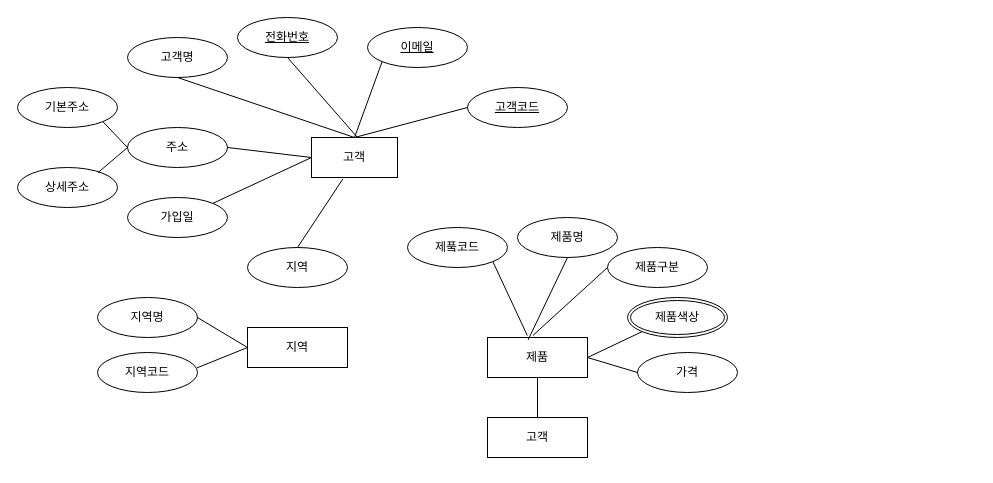
Earlier version of the draw.io diagram 제목 없는 다이어그램.drawio (joohyunProjectStorage/erd_sample). Source tidied: cells renumbered, new cells numbered last; positions are measured from the earlier drawing's top-left corner, leaving out a move shared by most shapes. Both pictures are drawn from the tidied source at 100%, with x=0, y=0 at pixel (17, 17).
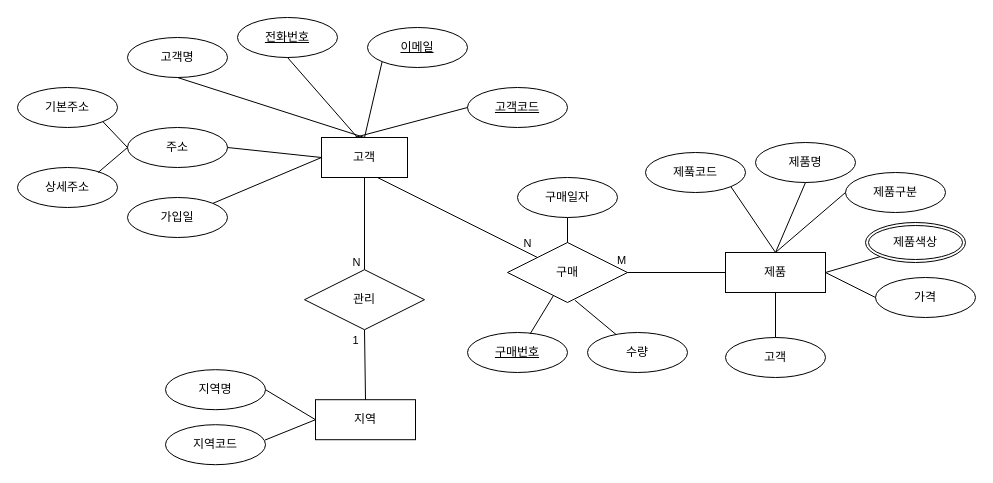
The same diagram, later.

Commit message (it also covers changes not shown here):
제목 없는 다이어그램.drawio 업데이트

What changed in the source:
```diff
@@
     <mxCell id="2" value="고객" style="whiteSpace=wrap;html=1;align=center;" parent="1" vertex="1">
-      <mxGeometry x="294" y="120" width="86" height="40" as="geometry" />
+      <mxGeometry x="304" y="120" width="86" height="40" as="geometry" />
     </mxCell>
@@
-    <mxCell id="19" value="지역" style="ellipse;whiteSpace=wrap;html=1;align=center;" parent="1" vertex="1">
-      <mxGeometry x="230" y="230" width="100" height="40" as="geometry" />
-    </mxCell>
-    <mxCell id="20" style="endArrow=none;html=1;rounded=0;exitX=0.5;exitY=0;exitDx=0;exitDy=0;entryX=0.365;entryY=1.035;entryDx=0;entryDy=0;entryPerimeter=0;" parent="1" edge="1" source="19" target="2">
-      <mxGeometry relative="1" as="geometry" />
-    </mxCell>
     <mxCell id="21" value="지역" style="whiteSpace=wrap;html=1;align=center;" parent="1" vertex="1">
-      <mxGeometry x="230" y="310" width="100" height="40" as="geometry" />
+      <mxGeometry x="298" y="382.2" width="100" height="40" as="geometry" />
     </mxCell>
     <mxCell id="22" value="지역명" style="ellipse;whiteSpace=wrap;html=1;align=center;" parent="1" vertex="1">
-      <mxGeometry x="80" y="280" width="100" height="40" as="geometry" />
+      <mxGeometry x="148" y="352.2" width="100" height="40" as="geometry" />
     </mxCell>
@@
     <mxCell id="24" value="지역코드" style="ellipse;whiteSpace=wrap;html=1;align=center;" parent="1" vertex="1">
-      <mxGeometry x="80" y="335" width="100" height="40" as="geometry" />
+      <mxGeometry x="148" y="407.2" width="100" height="40" as="geometry" />
     </mxCell>
@@
     <mxCell id="26" value="제품" style="whiteSpace=wrap;html=1;align=center;" parent="1" vertex="1">
-      <mxGeometry x="470" y="320" width="100" height="40" as="geometry" />
+      <mxGeometry x="708" y="235" width="100" height="40" as="geometry" />
     </mxCell>
     <mxCell id="27" value="제풐코드" style="ellipse;whiteSpace=wrap;html=1;align=center;" parent="1" vertex="1">
-      <mxGeometry x="390" y="210" width="100" height="40" as="geometry" />
+      <mxGeometry x="628" y="135" width="100" height="40" as="geometry" />
     </mxCell>
-    <mxCell id="28" style="endArrow=none;html=1;rounded=0;exitX=1;exitY=1;exitDx=0;exitDy=0;entryX=0.398;entryY=-0.05;entryDx=0;entryDy=0;entryPerimeter=0;" parent="1" edge="1" source="27" target="26">
-      <mxGeometry relative="1" as="geometry" />
+    <mxCell id="28" style="endArrow=none;html=1;rounded=0;exitX=1;exitY=1;exitDx=0;exitDy=0;" parent="1" edge="1" source="27">
+      <mxGeometry relative="1" as="geometry">
+        <mxPoint x="758" y="235" as="targetPoint" />
+      </mxGeometry>
     </mxCell>
     <mxCell id="29" value="제품명" style="ellipse;whiteSpace=wrap;html=1;align=center;" parent="1" vertex="1">
-      <mxGeometry x="500" y="200" width="100" height="40" as="geometry" />
+      <mxGeometry x="738" y="125" width="100" height="40" as="geometry" />
     </mxCell>
-    <mxCell id="30" style="endArrow=none;html=1;rounded=0;exitX=0.5;exitY=1;exitDx=0;exitDy=0;entryX=0.406;entryY=0.06;entryDx=0;entryDy=0;entryPerimeter=0;" parent="1" edge="1" source="29" target="26">
+    <mxCell id="30" style="endArrow=none;html=1;rounded=0;exitX=0.5;exitY=1;exitDx=0;exitDy=0;entryX=0.5;entryY=0;entryDx=0;entryDy=0;" parent="1" edge="1" source="29" target="26">
       <mxGeometry relative="1" as="geometry" />
     </mxCell>
     <mxCell id="31" value="제품구분" style="ellipse;whiteSpace=wrap;html=1;align=center;" parent="1" vertex="1">
-      <mxGeometry x="590" y="230" width="100" height="40" as="geometry" />
+      <mxGeometry x="828" y="155" width="100" height="40" as="geometry" />
     </mxCell>
     <mxCell id="32" value="제품색상" style="ellipse;shape=doubleEllipse;margin=3;whiteSpace=wrap;html=1;align=center;" parent="1" vertex="1">
-      <mxGeometry x="610" y="280" width="100" height="40" as="geometry" />
+      <mxGeometry x="848" y="205" width="100" height="40" as="geometry" />
     </mxCell>
     <mxCell id="33" value="가격" style="ellipse;whiteSpace=wrap;html=1;align=center;" parent="1" vertex="1">
-      <mxGeometry x="620" y="335" width="100" height="40" as="geometry" />
+      <mxGeometry x="858" y="260" width="100" height="40" as="geometry" />
     </mxCell>
-    <mxCell id="34" style="endArrow=none;html=1;rounded=0;exitX=0;exitY=0.5;exitDx=0;exitDy=0;entryX=0.454;entryY=-0.05;entryDx=0;entryDy=0;entryPerimeter=0;" parent="1" edge="1" source="31" target="26">
-      <mxGeometry relative="1" as="geometry" />
+    <mxCell id="34" style="endArrow=none;html=1;rounded=0;exitX=0;exitY=0.5;exitDx=0;exitDy=0;" parent="1" edge="1" source="31">
+      <mxGeometry relative="1" as="geometry">
+        <mxPoint x="758" y="235" as="targetPoint" />
+      </mxGeometry>
     </mxCell>
@@
+    <mxCell id="38" style="endArrow=none;html=1;rounded=0;exitX=0.5;exitY=1;exitDx=0;exitDy=0;" parent="1" edge="1" source="26">
+      <mxGeometry relative="1" as="geometry">
+        <mxPoint x="758" y="325" as="targetPoint" />
+      </mxGeometry>
+    </mxCell>
-    <mxCell id="37" value="고객" style="whiteSpace=wrap;html=1;align=center;" parent="1" vertex="1">
-      <mxGeometry x="470" y="400" width="100" height="40" as="geometry" />
+    <mxCell id="37" value="고객" style="ellipse;whiteSpace=wrap;html=1;align=center;" parent="1" vertex="1">
+      <mxGeometry x="708" y="320" width="100" height="40" as="geometry" />
     </mxCell>
-    <mxCell id="38" style="endArrow=none;html=1;rounded=0;exitX=0.5;exitY=1;exitDx=0;exitDy=0;" parent="1" edge="1" source="26" target="37">
-      <mxGeometry relative="1" as="geometry" />
-    </mxCell>
+    <mxCell id="39" value="관리" style="shape=rhombus;perimeter=rhombusPerimeter;whiteSpace=wrap;html=1;align=center;" parent="1" vertex="1">
+      <mxGeometry x="287" y="252.2" width="120" height="60" as="geometry" />
+    </mxCell>
+    <mxCell id="40" style="endArrow=none;html=1;rounded=0;entryX=0.651;entryY=1;entryDx=0;entryDy=0;entryPerimeter=0;" parent="1" edge="1" source="46" target="2">
+      <mxGeometry relative="1" as="geometry" />
+    </mxCell>
+    <mxCell id="41" value="N" style="edgeLabel;html=1;align=center;verticalAlign=middle;" parent="40" vertex="1">
+      <mxGeometry x="-0.65" y="-1" relative="1" as="geometry">
+        <mxPoint x="17" as="offset" />
+      </mxGeometry>
+    </mxCell>
+    <mxCell id="42" style="endArrow=none;html=1;rounded=0;exitX=0.5;exitY=0;exitDx=0;exitDy=0;entryX=0.5;entryY=1;entryDx=0;entryDy=0;" parent="1" edge="1" source="39" target="2">
+      <mxGeometry relative="1" as="geometry" />
+    </mxCell>
+    <mxCell id="43" value="N" style="edgeLabel;html=1;align=center;verticalAlign=middle;" parent="42" vertex="1">
+      <mxGeometry x="-0.59" y="2" relative="1" as="geometry">
+        <mxPoint x="-7" y="11" as="offset" />
+      </mxGeometry>
+    </mxCell>
+    <mxCell id="44" style="endArrow=none;html=1;rounded=0;exitX=0.5;exitY=0;exitDx=0;exitDy=0;entryX=0.5;entryY=1;entryDx=0;entryDy=0;" parent="1" edge="1" source="21" target="39">
+      <mxGeometry relative="1" as="geometry" />
+    </mxCell>
+    <mxCell id="45" value="1" style="edgeLabel;html=1;align=center;verticalAlign=middle;" parent="44" vertex="1">
+      <mxGeometry x="0.09" relative="1" as="geometry">
+        <mxPoint x="-10" y="-22" as="offset" />
+      </mxGeometry>
+    </mxCell>
+    <mxCell id="46" value="구매" style="shape=rhombus;perimeter=rhombusPerimeter;whiteSpace=wrap;html=1;align=center;" parent="1" vertex="1">
+      <mxGeometry x="490" y="225" width="120" height="60" as="geometry" />
+    </mxCell>
+    <mxCell id="47" value="구매번호" style="ellipse;whiteSpace=wrap;html=1;align=center;fontStyle=4;" parent="1" vertex="1">
+      <mxGeometry x="450" y="315" width="100" height="40" as="geometry" />
+    </mxCell>
+    <mxCell id="48" value="수량" style="ellipse;whiteSpace=wrap;html=1;align=center;" parent="1" vertex="1">
+      <mxGeometry x="570" y="315" width="100" height="40" as="geometry" />
+    </mxCell>
+    <mxCell id="49" value="구매일자" style="ellipse;whiteSpace=wrap;html=1;align=center;" parent="1" vertex="1">
+      <mxGeometry x="500" y="160" width="100" height="40" as="geometry" />
+    </mxCell>
+    <mxCell id="50" style="endArrow=none;html=1;rounded=0;exitX=0.5;exitY=1;exitDx=0;exitDy=0;entryX=0.5;entryY=0;entryDx=0;entryDy=0;" parent="1" edge="1" source="49" target="46">
+      <mxGeometry relative="1" as="geometry" />
+    </mxCell>
+    <mxCell id="51" style="endArrow=none;html=1;rounded=0;entryX=0.626;entryY=0.035;entryDx=0;entryDy=0;entryPerimeter=0;" parent="1" edge="1" source="46" target="47">
+      <mxGeometry relative="1" as="geometry" />
+    </mxCell>
+    <mxCell id="52" style="endArrow=none;html=1;rounded=0;exitX=0.562;exitY=0.963;exitDx=0;exitDy=0;exitPerimeter=0;" parent="1" edge="1" source="46" target="48">
+      <mxGeometry relative="1" as="geometry" />
+    </mxCell>
+    <mxCell id="53" style="endArrow=none;html=1;rounded=0;entryX=1;entryY=0.5;entryDx=0;entryDy=0;exitX=0;exitY=0.5;exitDx=0;exitDy=0;" parent="1" edge="1" source="26" target="46">
+      <mxGeometry relative="1" as="geometry" />
+    </mxCell>
+    <mxCell id="54" value="M" style="edgeLabel;html=1;align=center;verticalAlign=middle;" parent="53" vertex="1">
+      <mxGeometry x="0.33" y="-3" relative="1" as="geometry">
+        <mxPoint x="-40" y="-10" as="offset" />
+      </mxGeometry>
+    </mxCell>
```
